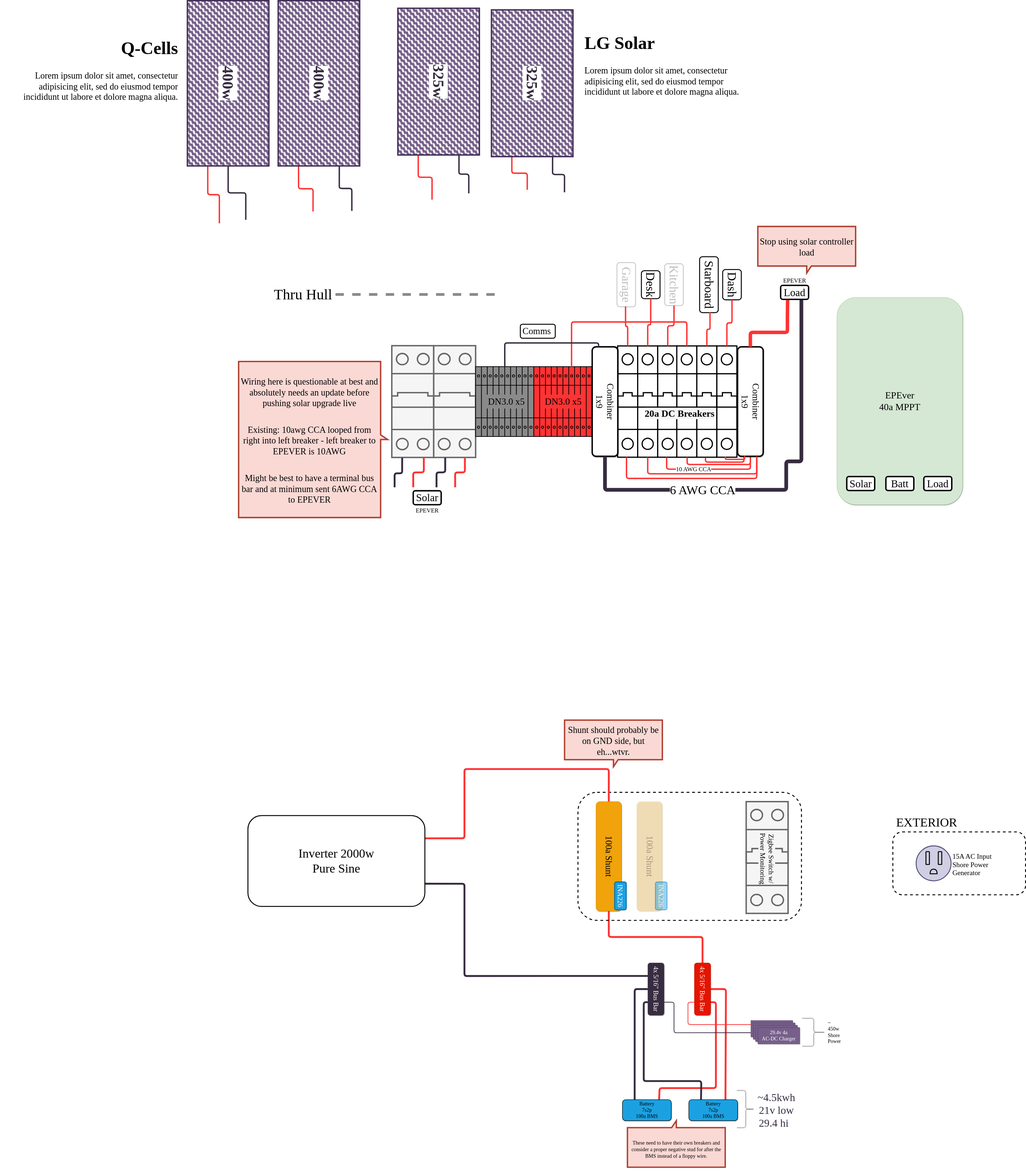
This is gary-bussy-electrical.drawio.svg from clomads/gary-bussy, a draw.io export, as it was before one commit. Source tidied: cells renumbered, new cells last; positions are measured from the earlier drawing's top-left corner, leaving out a move shared by most shapes.
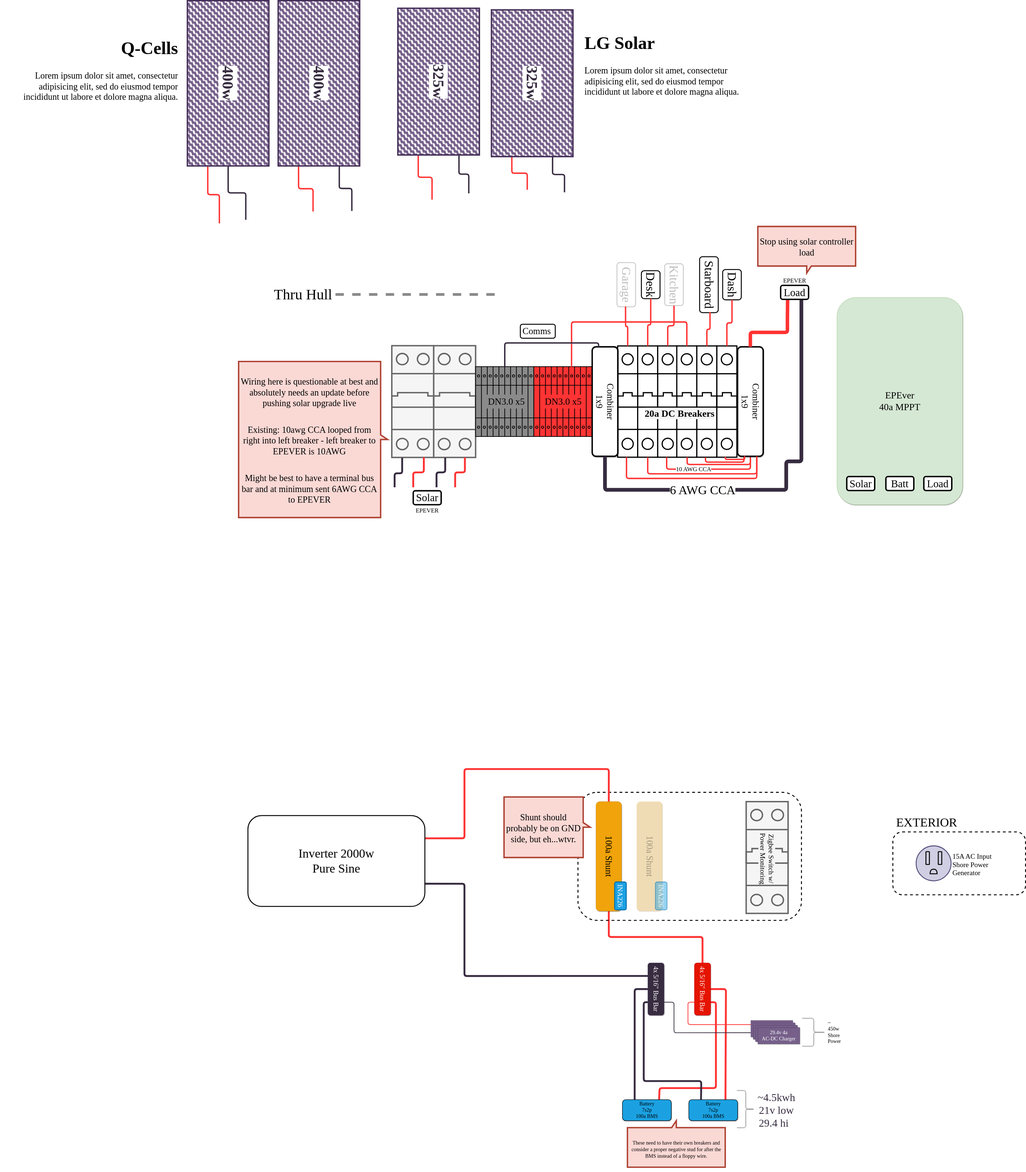
The same diagram one commit later.

Commit message:
move shunt note

Diff of the diagram source:
```diff
@@ -427,8 +427,8 @@
     <mxCell id="103" value="&lt;h1&gt;Q-Cells&lt;/h1&gt;&lt;p&gt;Lorem ipsum dolor sit amet, consectetur adipisicing elit, sed do eiusmod tempor incididunt ut labore et dolore magna aliqua.&lt;/p&gt;" style="text;html=1;strokeColor=none;fillColor=none;spacing=5;spacingTop=-20;whiteSpace=wrap;overflow=hidden;rounded=0;shadow=0;labelBackgroundColor=none;sketch=0;fillStyle=auto;strokeWidth=6;fontFamily=League Spartan;fontSource=https%3A%2F%2Ffonts.googleapis.com%2Fcss%3Ffamily%3DLeague%2BSpartan;fontSize=38;fontColor=default;align=right;" parent="1" vertex="1">
       <mxGeometry y="22" width="766" height="488" as="geometry" />
     </mxCell>
-    <mxCell id="104" value="&lt;p style=&quot;line-height: 55%;&quot;&gt;&lt;span style=&quot;color: rgb(0, 0, 0);&quot;&gt;&lt;font style=&quot;font-size: 38px;&quot;&gt;Shunt should probably be on GND side, but eh...wtvr.&lt;/font&gt;&lt;/span&gt;&lt;/p&gt;" style="shape=callout;whiteSpace=wrap;html=1;perimeter=calloutPerimeter;shadow=0;labelBackgroundColor=none;sketch=0;fillStyle=auto;strokeColor=#ae4132;strokeWidth=6;fontFamily=League Spartan;fontSource=https%3A%2F%2Ffonts.googleapis.com%2Fcss%3Ffamily%3DLeague%2BSpartan;fontSize=67;fillColor=#fad9d5;direction=east;" parent="1" vertex="1">
-      <mxGeometry x="2421" y="2994" width="420" height="200" as="geometry" />
+    <mxCell id="104" value="&lt;p style=&quot;line-height: 55%;&quot;&gt;&lt;span style=&quot;color: rgb(0, 0, 0);&quot;&gt;&lt;font style=&quot;font-size: 38px;&quot;&gt;Shunt should probably be on GND side, but eh...wtvr.&lt;/font&gt;&lt;/span&gt;&lt;/p&gt;" style="shape=callout;whiteSpace=wrap;html=1;perimeter=calloutPerimeter;shadow=0;labelBackgroundColor=none;sketch=0;fillStyle=auto;strokeColor=#ae4132;strokeWidth=6;fontFamily=League Spartan;fontSource=https%3A%2F%2Ffonts.googleapis.com%2Fcss%3Ffamily%3DLeague%2BSpartan;fontSize=67;fillColor=#fad9d5;direction=north;" parent="1" vertex="1">
+      <mxGeometry x="2161" y="3324" width="370" height="260" as="geometry" />
     </mxCell>
     <mxCell id="105" style="edgeStyle=orthogonalEdgeStyle;shape=connector;rounded=1;jettySize=auto;html=1;labelBackgroundColor=default;strokeColor=#FF3333;strokeWidth=8;fontFamily=League Spartan;fontSource=https%3A%2F%2Ffonts.googleapis.com%2Fcss%3Ffamily%3DLeague%2BSpartan;fontSize=53;fontColor=default;endArrow=none;endFill=0;exitX=0.744;exitY=0.999;exitDx=0;exitDy=0;exitPerimeter=0;" parent="1" edge="1" source="22">
       <mxGeometry relative="1" as="geometry">
```
